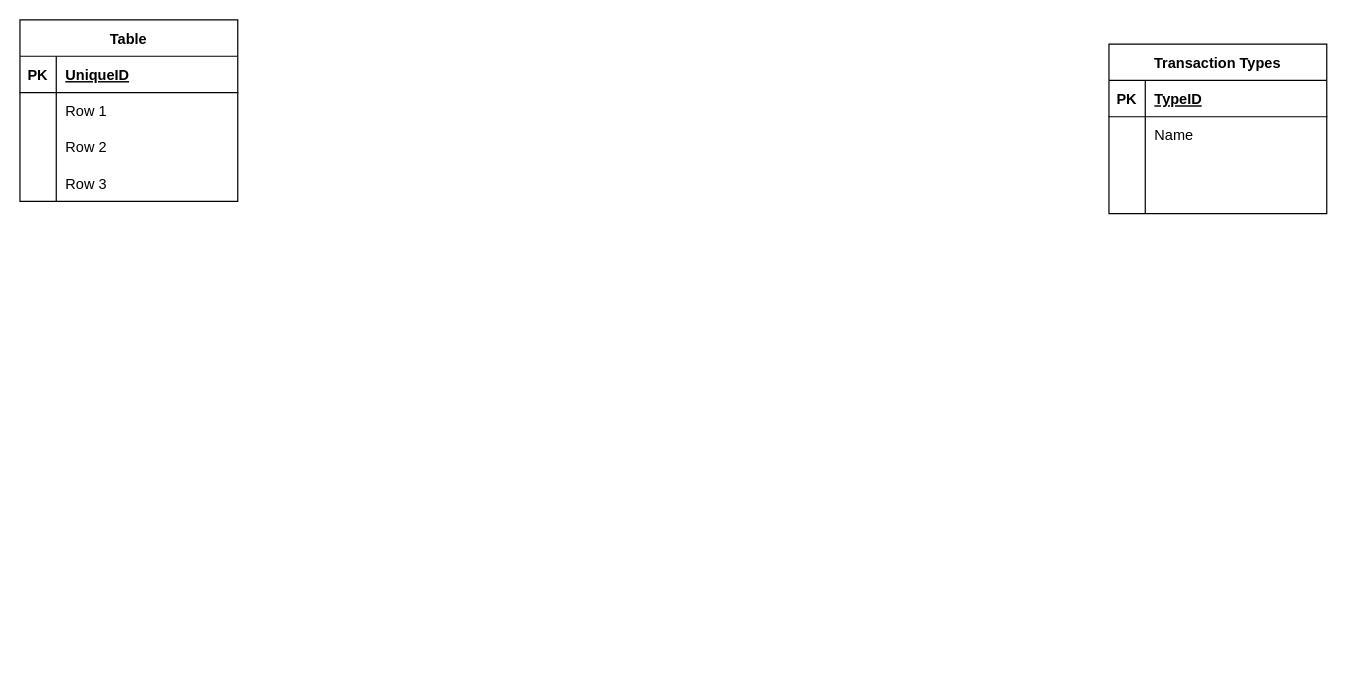
Before: Untitled Diagram.drawio in EdungDivinefavour/LawreneEdung, a draw.io diagram. Source tidied: cells renumbered, new cells numbered last; positions are measured from the earlier drawing's top-left corner, leaving out a move shared by most shapes. Both pictures are drawn from the tidied source at 121%, with x=0, y=0 at pixel (19, 19).
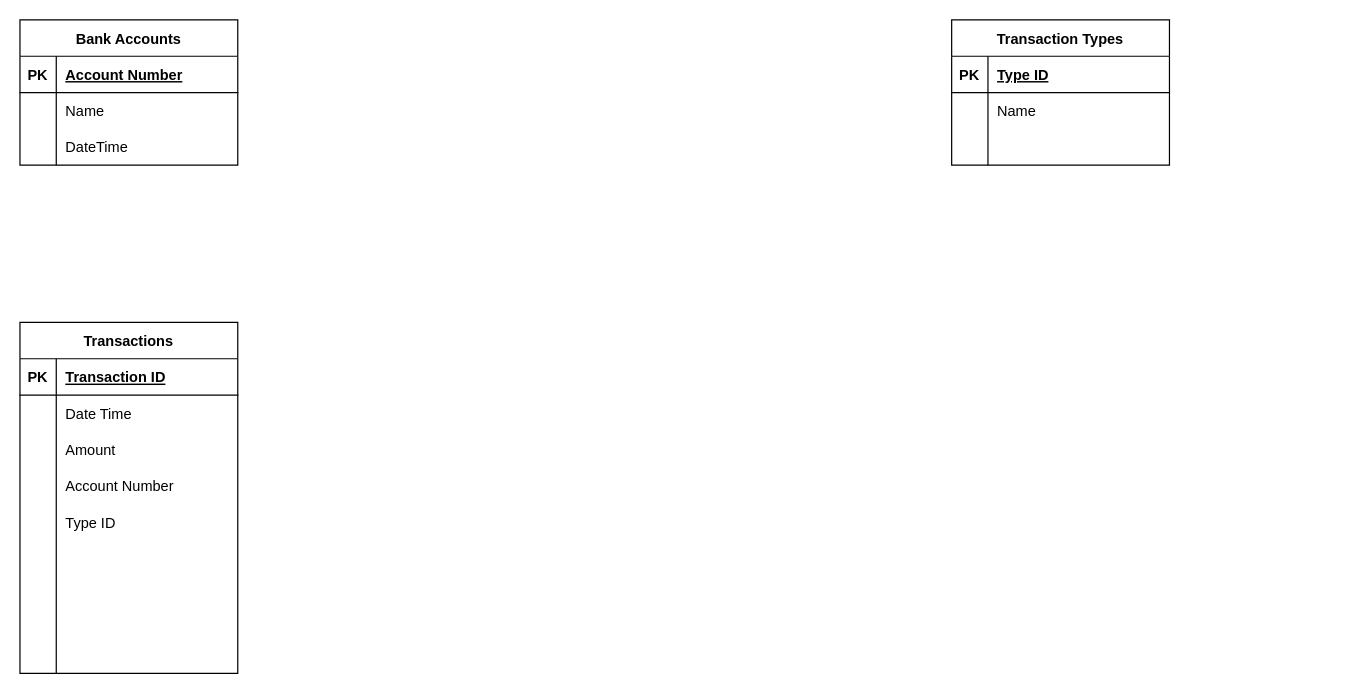
Above is the later version.

The change refers to these unchanged cells:
```xml
<mxCell id="16" style="shape=tableRow;horizontal=0;startSize=0;swimlaneHead=0;swimlaneBody=0;fillColor=none;top=0;left=0;right=0;bottom=1;" parent="15" vertex="1">
  <mxGeometry y="30" width="180" height="30" as="geometry" />
</mxCell>
<mxCell id="19" style="shape=tableRow;horizontal=0;startSize=0;swimlaneHead=0;swimlaneBody=0;fillColor=none;top=0;left=0;right=0;bottom=0;" parent="15" vertex="1">
  <mxGeometry y="60" width="180" height="30" as="geometry" />
</mxCell>
<mxCell id="22" style="shape=tableRow;horizontal=0;startSize=0;swimlaneHead=0;swimlaneBody=0;fillColor=none;top=0;left=0;right=0;bottom=0;" parent="15" vertex="1">
  <mxGeometry y="90" width="180" height="30" as="geometry" />
</mxCell>
```

The edit, as a diff of the source:
```diff
@@
-    <mxCell id="2" value="Transaction Types" style="shape=table;startSize=30;childLayout=tableLayout;rowLines=0;fontStyle=1;align=center;" parent="1" vertex="1">
-      <mxGeometry x="900" y="20" width="180" height="140" as="geometry" />
-    </mxCell>
-    <mxCell id="3" style="shape=tableRow;horizontal=0;startSize=0;swimlaneHead=0;swimlaneBody=0;fillColor=none;top=0;left=0;right=0;bottom=1;" parent="2" vertex="1">
-      <mxGeometry y="30" width="180" height="30" as="geometry" />
-    </mxCell>
-    <mxCell id="4" value="PK" style="shape=partialRectangle;fillColor=none;top=0;left=0;bottom=0;right=0;fontStyle=1;overflow=hidden;" parent="3" vertex="1">
-      <mxGeometry width="30" height="30" as="geometry" />
-    </mxCell>
-    <mxCell id="5" value="TypeID" style="shape=partialRectangle;fillColor=none;top=0;left=0;bottom=0;right=0;align=left;spacingLeft=6;fontStyle=5;overflow=hidden;" parent="3" vertex="1">
-      <mxGeometry x="30" width="150" height="30" as="geometry" />
-    </mxCell>
-    <mxCell id="6" style="shape=tableRow;horizontal=0;startSize=0;swimlaneHead=0;swimlaneBody=0;fillColor=none;top=0;left=0;right=0;bottom=0;" parent="2" vertex="1">
-      <mxGeometry y="60" width="180" height="30" as="geometry" />
-    </mxCell>
-    <mxCell id="7" style="shape=partialRectangle;fillColor=none;top=0;left=0;bottom=0;right=0;overflow=hidden;" parent="6" vertex="1">
-      <mxGeometry width="30" height="30" as="geometry" />
-    </mxCell>
-    <mxCell id="8" value="Name" style="shape=partialRectangle;fillColor=none;top=0;left=0;bottom=0;right=0;align=left;spacingLeft=6;overflow=hidden;" parent="6" vertex="1">
-      <mxGeometry x="30" width="150" height="30" as="geometry" />
-    </mxCell>
-    <mxCell id="9" style="shape=tableRow;horizontal=0;startSize=0;swimlaneHead=0;swimlaneBody=0;fillColor=none;top=0;left=0;right=0;bottom=0;" parent="2" vertex="1">
-      <mxGeometry y="90" width="180" height="30" as="geometry" />
-    </mxCell>
-    <mxCell id="10" style="shape=partialRectangle;fillColor=none;top=0;left=0;bottom=0;right=0;overflow=hidden;" parent="9" vertex="1">
-      <mxGeometry width="30" height="30" as="geometry" />
-    </mxCell>
-    <mxCell id="11" style="shape=partialRectangle;fillColor=none;top=0;left=0;bottom=0;right=0;align=left;spacingLeft=6;overflow=hidden;" parent="9" vertex="1">
-      <mxGeometry x="30" width="150" height="30" as="geometry" />
-    </mxCell>
-    <mxCell id="12" style="shape=tableRow;horizontal=0;startSize=0;swimlaneHead=0;swimlaneBody=0;fillColor=none;top=0;left=0;right=0;bottom=0;" parent="2" vertex="1">
-      <mxGeometry y="120" width="180" height="20" as="geometry" />
-    </mxCell>
-    <mxCell id="13" style="shape=partialRectangle;fillColor=none;top=0;left=0;bottom=0;right=0;overflow=hidden;" parent="12" vertex="1">
-      <mxGeometry width="30" height="20" as="geometry" />
-    </mxCell>
-    <mxCell id="14" style="shape=partialRectangle;fillColor=none;top=0;left=0;bottom=0;right=0;align=left;spacingLeft=6;overflow=hidden;" parent="12" vertex="1">
-      <mxGeometry x="30" width="150" height="20" as="geometry" />
-    </mxCell>
-    <mxCell id="15" value="Table" style="shape=table;startSize=30;childLayout=tableLayout;rowLines=0;fontStyle=1;align=center;" parent="1" vertex="1">
-      <mxGeometry width="180" height="150" as="geometry" />
+    <mxCell id="15" value="Bank Accounts" style="shape=table;startSize=30;childLayout=tableLayout;rowLines=0;fontStyle=1;align=center;" parent="1" vertex="1">
+      <mxGeometry width="180" height="120" as="geometry" />
     </mxCell>
@@
-    <mxCell id="18" value="UniqueID" style="shape=partialRectangle;fillColor=none;top=0;left=0;bottom=0;right=0;align=left;spacingLeft=6;fontStyle=5;overflow=hidden;" parent="16" vertex="1">
+    <mxCell id="18" value="Account Number" style="shape=partialRectangle;fillColor=none;top=0;left=0;bottom=0;right=0;align=left;spacingLeft=6;fontStyle=5;overflow=hidden;" parent="16" vertex="1">
       <mxGeometry x="30" width="150" height="30" as="geometry" />
     </mxCell>
@@
-    <mxCell id="21" value="Row 1" style="shape=partialRectangle;fillColor=none;top=0;left=0;bottom=0;right=0;align=left;spacingLeft=6;overflow=hidden;" parent="19" vertex="1">
+    <mxCell id="21" value="Name" style="shape=partialRectangle;fillColor=none;top=0;left=0;bottom=0;right=0;align=left;spacingLeft=6;overflow=hidden;" parent="19" vertex="1">
       <mxGeometry x="30" width="150" height="30" as="geometry" />
     </mxCell>
@@
-    <mxCell id="24" value="Row 2" style="shape=partialRectangle;fillColor=none;top=0;left=0;bottom=0;right=0;align=left;spacingLeft=6;overflow=hidden;" parent="22" vertex="1">
+    <mxCell id="24" value="DateTime" style="shape=partialRectangle;fillColor=none;top=0;left=0;bottom=0;right=0;align=left;spacingLeft=6;overflow=hidden;" parent="22" vertex="1">
       <mxGeometry x="30" width="150" height="30" as="geometry" />
     </mxCell>
+    <mxCell id="2" value="Transaction Types" style="shape=table;startSize=30;childLayout=tableLayout;rowLines=0;fontStyle=1;align=center;" parent="1" vertex="1">
+      <mxGeometry x="770" width="180" height="120" as="geometry" />
+    </mxCell>
+    <mxCell id="28" style="shape=tableRow;horizontal=0;startSize=0;swimlaneHead=0;swimlaneBody=0;fillColor=none;top=0;left=0;right=0;bottom=1;" parent="2" vertex="1">
+      <mxGeometry y="30" width="180" height="30" as="geometry" />
+    </mxCell>
+    <mxCell id="29" value="PK" style="shape=partialRectangle;fillColor=none;top=0;left=0;bottom=0;right=0;fontStyle=1;overflow=hidden;" parent="28" vertex="1">
+      <mxGeometry width="30" height="30" as="geometry" />
+    </mxCell>
+    <mxCell id="30" value="Type ID" style="shape=partialRectangle;fillColor=none;top=0;left=0;bottom=0;right=0;align=left;spacingLeft=6;fontStyle=5;overflow=hidden;" parent="28" vertex="1">
+      <mxGeometry x="30" width="150" height="30" as="geometry" />
+    </mxCell>
+    <mxCell id="31" style="shape=tableRow;horizontal=0;startSize=0;swimlaneHead=0;swimlaneBody=0;fillColor=none;top=0;left=0;right=0;bottom=0;" parent="2" vertex="1">
+      <mxGeometry y="60" width="180" height="30" as="geometry" />
+    </mxCell>
+    <mxCell id="32" style="shape=partialRectangle;fillColor=none;top=0;left=0;bottom=0;right=0;overflow=hidden;" parent="31" vertex="1">
+      <mxGeometry width="30" height="30" as="geometry" />
+    </mxCell>
+    <mxCell id="8" value="Name" style="shape=partialRectangle;fillColor=none;top=0;left=0;bottom=0;right=0;align=left;spacingLeft=6;overflow=hidden;" parent="31" vertex="1">
+      <mxGeometry x="30" width="150" height="30" as="geometry" />
+    </mxCell>
+    <mxCell id="33" style="shape=tableRow;horizontal=0;startSize=0;swimlaneHead=0;swimlaneBody=0;fillColor=none;top=0;left=0;right=0;bottom=0;" parent="2" vertex="1">
+      <mxGeometry y="90" width="180" height="30" as="geometry" />
+    </mxCell>
+    <mxCell id="34" style="shape=partialRectangle;fillColor=none;top=0;left=0;bottom=0;right=0;overflow=hidden;" parent="33" vertex="1">
+      <mxGeometry width="30" height="30" as="geometry" />
+    </mxCell>
+    <mxCell id="35" style="shape=partialRectangle;fillColor=none;top=0;left=0;bottom=0;right=0;align=left;spacingLeft=6;overflow=hidden;" parent="33" vertex="1">
+      <mxGeometry x="30" width="150" height="30" as="geometry" />
+    </mxCell>
+    <mxCell id="36" value="Transactions" style="shape=table;startSize=30;childLayout=tableLayout;rowLines=0;fontStyle=1;align=center;" parent="1" vertex="1">
+      <mxGeometry y="250" width="180" height="290" as="geometry" />
+    </mxCell>
+    <mxCell id="37" style="shape=tableRow;horizontal=0;startSize=0;swimlaneHead=0;swimlaneBody=0;fillColor=none;top=0;left=0;right=0;bottom=1;" parent="36" vertex="1">
+      <mxGeometry y="30" width="180" height="30" as="geometry" />
+    </mxCell>
+    <mxCell id="38" value="PK" style="shape=partialRectangle;fillColor=none;top=0;left=0;bottom=0;right=0;fontStyle=1;overflow=hidden;" parent="37" vertex="1">
+      <mxGeometry width="30" height="30" as="geometry" />
+    </mxCell>
+    <mxCell id="39" value="Transaction ID" style="shape=partialRectangle;fillColor=none;top=0;left=0;bottom=0;right=0;align=left;spacingLeft=6;fontStyle=5;overflow=hidden;" parent="37" vertex="1">
+      <mxGeometry x="30" width="150" height="30" as="geometry" />
+    </mxCell>
+    <mxCell id="40" style="shape=tableRow;horizontal=0;startSize=0;swimlaneHead=0;swimlaneBody=0;fillColor=none;top=0;left=0;right=0;bottom=0;" parent="36" vertex="1">
+      <mxGeometry y="60" width="180" height="30" as="geometry" />
+    </mxCell>
+    <mxCell id="41" style="shape=partialRectangle;fillColor=none;top=0;left=0;bottom=0;right=0;overflow=hidden;" parent="40" vertex="1">
+      <mxGeometry width="30" height="30" as="geometry" />
+    </mxCell>
+    <mxCell id="42" value="Date Time" style="shape=partialRectangle;fillColor=none;top=0;left=0;bottom=0;right=0;align=left;spacingLeft=6;overflow=hidden;" parent="40" vertex="1">
+      <mxGeometry x="30" width="150" height="30" as="geometry" />
+    </mxCell>
+    <mxCell id="43" style="shape=tableRow;horizontal=0;startSize=0;swimlaneHead=0;swimlaneBody=0;fillColor=none;top=0;left=0;right=0;bottom=0;" parent="36" vertex="1">
+      <mxGeometry y="90" width="180" height="30" as="geometry" />
+    </mxCell>
+    <mxCell id="44" style="shape=partialRectangle;fillColor=none;top=0;left=0;bottom=0;right=0;overflow=hidden;" parent="43" vertex="1">
+      <mxGeometry width="30" height="30" as="geometry" />
+    </mxCell>
+    <mxCell id="45" value="Amount" style="shape=partialRectangle;fillColor=none;top=0;left=0;bottom=0;right=0;align=left;spacingLeft=6;overflow=hidden;" parent="43" vertex="1">
+      <mxGeometry x="30" width="150" height="30" as="geometry" />
+    </mxCell>
-    <mxCell id="25" style="shape=tableRow;horizontal=0;startSize=0;swimlaneHead=0;swimlaneBody=0;fillColor=none;top=0;left=0;right=0;bottom=0;" parent="15" vertex="1">
+    <mxCell id="25" style="shape=tableRow;horizontal=0;startSize=0;swimlaneHead=0;swimlaneBody=0;fillColor=none;top=0;left=0;right=0;bottom=0;" parent="36" vertex="1">
       <mxGeometry y="120" width="180" height="30" as="geometry" />
     </mxCell>
-    <mxCell id="26" style="shape=partialRectangle;fillColor=none;top=0;left=0;bottom=0;right=0;overflow=hidden;" parent="25" vertex="1">
-      <mxGeometry width="30" height="30" as="geometry" />
-    </mxCell>
-    <mxCell id="27" value="Row 3" style="shape=partialRectangle;fillColor=none;top=0;left=0;bottom=0;right=0;align=left;spacingLeft=6;overflow=hidden;" parent="25" vertex="1">
-      <mxGeometry x="30" width="150" height="30" as="geometry" />
-    </mxCell>
+    <mxCell id="46" style="shape=partialRectangle;fillColor=none;top=0;left=0;bottom=0;right=0;overflow=hidden;" parent="25" vertex="1">
+      <mxGeometry width="30" height="30" as="geometry" />
+    </mxCell>
+    <mxCell id="47" value="Account Number" style="shape=partialRectangle;fillColor=none;top=0;left=0;bottom=0;right=0;align=left;spacingLeft=6;overflow=hidden;" parent="25" vertex="1">
+      <mxGeometry x="30" width="150" height="30" as="geometry" />
+    </mxCell>
+    <mxCell id="48" style="shape=tableRow;horizontal=0;startSize=0;swimlaneHead=0;swimlaneBody=0;fillColor=none;top=0;left=0;right=0;bottom=0;" parent="36" vertex="1">
+      <mxGeometry y="150" width="180" height="30" as="geometry" />
+    </mxCell>
+    <mxCell id="49" style="shape=partialRectangle;fillColor=none;top=0;left=0;bottom=0;right=0;overflow=hidden;" parent="48" vertex="1">
+      <mxGeometry width="30" height="30" as="geometry" />
+    </mxCell>
+    <mxCell id="50" value="Type ID" style="shape=partialRectangle;fillColor=none;top=0;left=0;bottom=0;right=0;align=left;spacingLeft=6;overflow=hidden;" parent="48" vertex="1">
+      <mxGeometry x="30" width="150" height="30" as="geometry" />
+    </mxCell>
+    <mxCell id="51" style="shape=tableRow;horizontal=0;startSize=0;swimlaneHead=0;swimlaneBody=0;fillColor=none;top=0;left=0;right=0;bottom=0;" parent="36" vertex="1">
+      <mxGeometry y="180" width="180" height="30" as="geometry" />
+    </mxCell>
+    <mxCell id="52" style="shape=partialRectangle;fillColor=none;top=0;left=0;bottom=0;right=0;overflow=hidden;" parent="51" vertex="1">
+      <mxGeometry width="30" height="30" as="geometry" />
+    </mxCell>
+    <mxCell id="53" style="shape=partialRectangle;fillColor=none;top=0;left=0;bottom=0;right=0;align=left;spacingLeft=6;overflow=hidden;" parent="51" vertex="1">
+      <mxGeometry x="30" width="150" height="30" as="geometry" />
+    </mxCell>
+    <mxCell id="54" style="shape=tableRow;horizontal=0;startSize=0;swimlaneHead=0;swimlaneBody=0;fillColor=none;top=0;left=0;right=0;bottom=0;" parent="36" vertex="1">
+      <mxGeometry y="210" width="180" height="30" as="geometry" />
+    </mxCell>
+    <mxCell id="55" style="shape=partialRectangle;fillColor=none;top=0;left=0;bottom=0;right=0;overflow=hidden;" parent="54" vertex="1">
+      <mxGeometry width="30" height="30" as="geometry" />
+    </mxCell>
+    <mxCell id="56" style="shape=partialRectangle;fillColor=none;top=0;left=0;bottom=0;right=0;align=left;spacingLeft=6;overflow=hidden;" parent="54" vertex="1">
+      <mxGeometry x="30" width="150" height="30" as="geometry" />
+    </mxCell>
+    <mxCell id="57" style="shape=tableRow;horizontal=0;startSize=0;swimlaneHead=0;swimlaneBody=0;fillColor=none;top=0;left=0;right=0;bottom=0;" parent="36" vertex="1">
+      <mxGeometry y="240" width="180" height="30" as="geometry" />
+    </mxCell>
+    <mxCell id="58" style="shape=partialRectangle;fillColor=none;top=0;left=0;bottom=0;right=0;overflow=hidden;" parent="57" vertex="1">
+      <mxGeometry width="30" height="30" as="geometry" />
+    </mxCell>
+    <mxCell id="59" style="shape=partialRectangle;fillColor=none;top=0;left=0;bottom=0;right=0;align=left;spacingLeft=6;overflow=hidden;" parent="57" vertex="1">
+      <mxGeometry x="30" width="150" height="30" as="geometry" />
+    </mxCell>
+    <mxCell id="60" style="shape=tableRow;horizontal=0;startSize=0;swimlaneHead=0;swimlaneBody=0;fillColor=none;top=0;left=0;right=0;bottom=0;" parent="36" vertex="1">
+      <mxGeometry y="270" width="180" height="20" as="geometry" />
+    </mxCell>
+    <mxCell id="13" style="shape=partialRectangle;fillColor=none;top=0;left=0;bottom=0;right=0;overflow=hidden;" parent="60" vertex="1">
+      <mxGeometry width="30" height="20" as="geometry" />
+    </mxCell>
+    <mxCell id="14" style="shape=partialRectangle;fillColor=none;top=0;left=0;bottom=0;right=0;align=left;spacingLeft=6;overflow=hidden;" parent="60" vertex="1">
+      <mxGeometry x="30" width="150" height="20" as="geometry" />
+    </mxCell>
```
